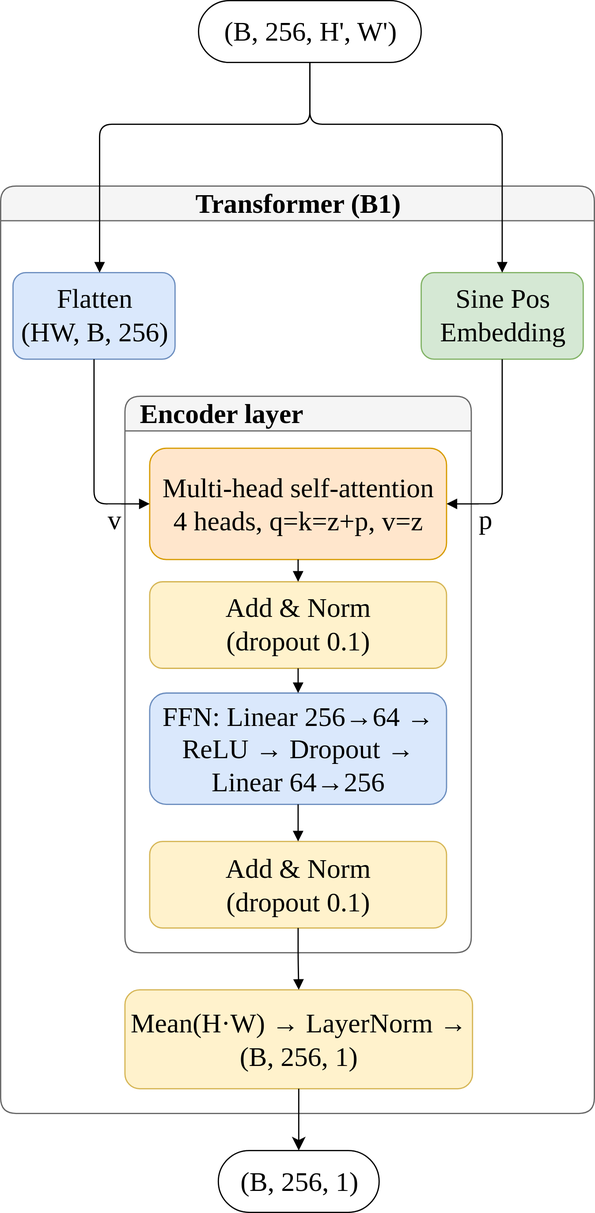
phhng/Residual-Attention-Refinement-Model keeps this draw.io diagram as model_details_svg/transformer_encoder.svg. Above is the earlier version. Source tidied: cells renumbered, new cells last; positions are measured from the earlier drawing's top-left corner, leaving out a move shared by most shapes.
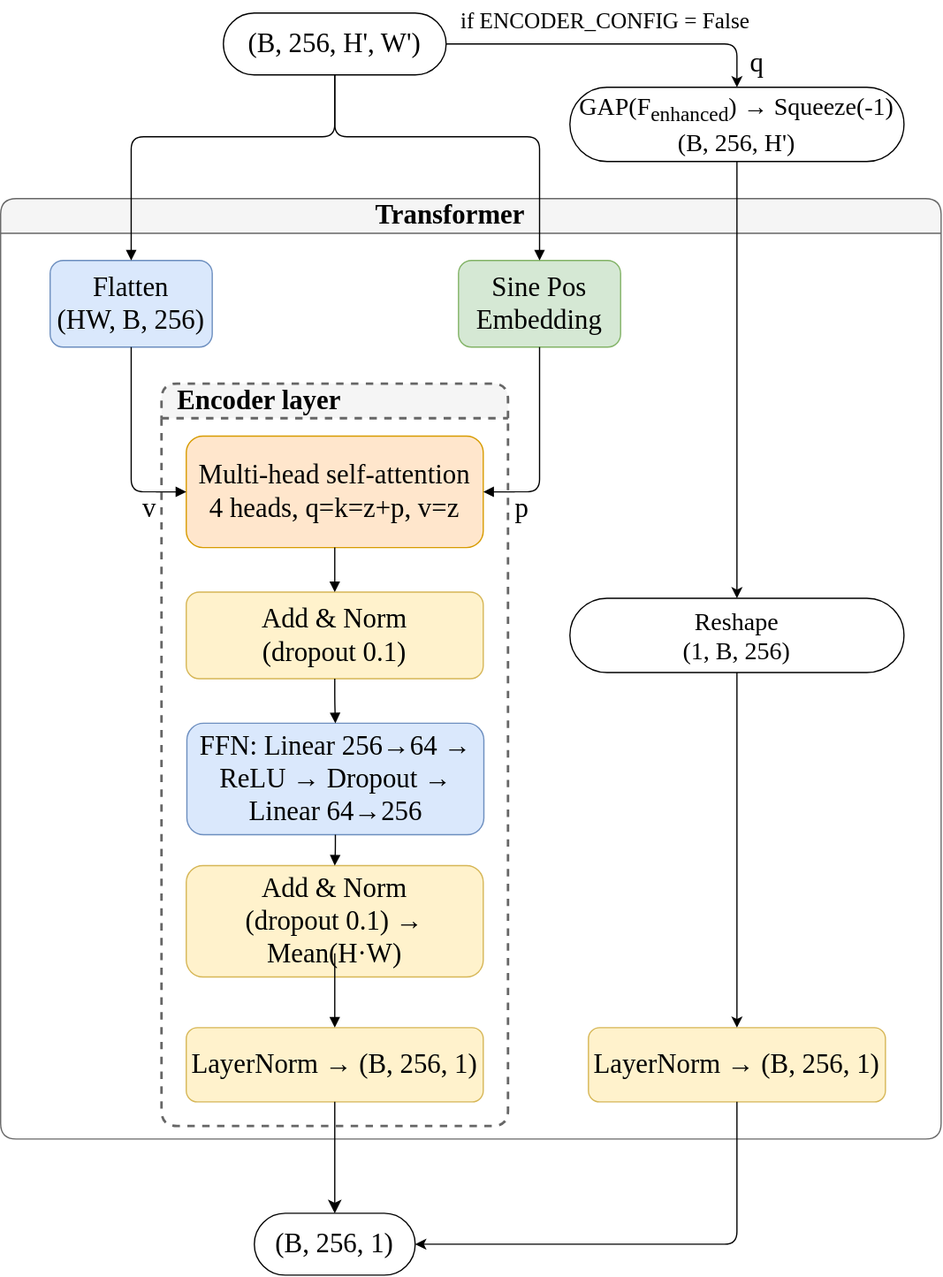
Above is the later version.

The edit, as a diff of the source:
```diff
@@ -2,86 +2,116 @@
   <root>
     <mxCell id="0" />
     <mxCell id="1" parent="0" />
-    <mxCell id="2" value="Transformer (B1)" style="swimlane;whiteSpace=wrap;html=1;startSize=28;rounded=1;fontStyle=1;fillColor=#F5F5F5;strokeColor=#666666;fontFamily=Times New Roman;fontSize=22;" parent="1" vertex="1">
-      <mxGeometry y="150" width="480" height="750" as="geometry" />
+    <mxCell id="2" value="Transformer&amp;nbsp; &amp;nbsp; &amp;nbsp;&amp;nbsp;" style="swimlane;whiteSpace=wrap;html=1;startSize=28;rounded=1;fontStyle=1;fillColor=#F5F5F5;strokeColor=#666666;fontFamily=Times New Roman;fontSize=22;align=center;horizontal=1;direction=east;" parent="1" vertex="1">
+      <mxGeometry y="150" width="760" height="760" as="geometry" />
     </mxCell>
     <mxCell id="3" value="Flatten&lt;br&gt;(HW, B, 256)" style="rounded=1;whiteSpace=wrap;html=1;fillColor=#DAE8FC;strokeColor=#6C8EBF;fontSize=22;fontFamily=Times New Roman;" parent="2" vertex="1">
-      <mxGeometry x="10" y="70" width="131" height="70" as="geometry" />
+      <mxGeometry x="40" y="50" width="131" height="70" as="geometry" />
     </mxCell>
     <mxCell id="4" value="Sine Pos&lt;div&gt;Embedding&lt;/div&gt;" style="rounded=1;whiteSpace=wrap;html=1;fillColor=#D5E8D4;strokeColor=#82B366;fontSize=22;fontFamily=Times New Roman;" parent="2" vertex="1">
-      <mxGeometry x="340" y="70" width="131" height="70" as="geometry" />
+      <mxGeometry x="370" y="50" width="131" height="70" as="geometry" />
     </mxCell>
-    <mxCell id="5" value="Encoder layer" style="swimlane;whiteSpace=wrap;html=1;startSize=28;rounded=1;fontStyle=1;fillColor=#F5F5F5;strokeColor=#666666;align=left;spacingLeft=10;fontSize=22;fontFamily=Times New Roman;" parent="2" vertex="1">
-      <mxGeometry x="100.5" y="170" width="280" height="450" as="geometry" />
+    <mxCell id="5" value="Encoder layer" style="swimlane;whiteSpace=wrap;html=1;startSize=28;rounded=1;fontStyle=1;fillColor=#F5F5F5;strokeColor=#666666;align=left;spacingLeft=10;fontSize=22;fontFamily=Times New Roman;dashed=1;strokeWidth=2;" parent="2" vertex="1">
+      <mxGeometry x="130.5" y="150" width="280" height="600" as="geometry" />
     </mxCell>
     <mxCell id="6" value="Multi-head self-attention&lt;br&gt;4 heads, q=k=z+p, v=z" style="rounded=1;whiteSpace=wrap;html=1;fillColor=#FFE6CC;strokeColor=#D79B00;fontSize=22;fontFamily=Times New Roman;" parent="5" vertex="1">
-      <mxGeometry x="20" y="42" width="240" height="90" as="geometry" />
+      <mxGeometry x="19.5" y="42" width="240" height="90" as="geometry" />
     </mxCell>
     <mxCell id="7" value="Add &amp;amp; Norm&lt;br&gt;(dropout 0.1)" style="rounded=1;whiteSpace=wrap;html=1;fillColor=#FFF2CC;strokeColor=#D6B656;fontSize=22;fontFamily=Times New Roman;" parent="5" vertex="1">
-      <mxGeometry x="20" y="150" width="240" height="70" as="geometry" />
+      <mxGeometry x="19.5" y="168" width="240" height="70" as="geometry" />
     </mxCell>
     <mxCell id="8" value="FFN: Linear 256→64 → ReLU → Dropout → Linear 64→256" style="rounded=1;whiteSpace=wrap;html=1;fillColor=#DAE8FC;strokeColor=#6C8EBF;fontSize=22;fontFamily=Times New Roman;" parent="5" vertex="1">
-      <mxGeometry x="20" y="240" width="240" height="90" as="geometry" />
+      <mxGeometry x="20" y="274" width="240" height="90" as="geometry" />
     </mxCell>
-    <mxCell id="9" value="Add &amp;amp; Norm&lt;br&gt;(dropout 0.1)" style="rounded=1;whiteSpace=wrap;html=1;fillColor=#FFF2CC;strokeColor=#D6B656;fontSize=22;fontFamily=Times New Roman;" parent="5" vertex="1">
-      <mxGeometry x="20" y="360" width="240" height="70" as="geometry" />
+    <mxCell id="9" value="Add &amp;amp; Norm&lt;br&gt;(dropout 0.1) → Mean(H·W)" style="rounded=1;whiteSpace=wrap;html=1;fillColor=#FFF2CC;strokeColor=#D6B656;fontSize=22;fontFamily=Times New Roman;" parent="5" vertex="1">
+      <mxGeometry x="19.5" y="389" width="240" height="90" as="geometry" />
     </mxCell>
-    <mxCell id="10" value="Mean(H·W) → LayerNorm → (B, 256, 1)" style="rounded=1;whiteSpace=wrap;html=1;fillColor=#fff2cc;strokeColor=#d6b656;fontSize=22;fontFamily=Times New Roman;align=center;verticalAlign=middle;" parent="2" vertex="1">
-      <mxGeometry x="100.5" y="650" width="281" height="80" as="geometry" />
+    <mxCell id="10" value="LayerNorm → (B, 256, 1)" style="rounded=1;whiteSpace=wrap;html=1;fillColor=#fff2cc;strokeColor=#d6b656;fontSize=22;fontFamily=Times New Roman;align=center;verticalAlign=middle;" parent="5" vertex="1">
+      <mxGeometry x="19.5" y="520" width="240" height="60" as="geometry" />
     </mxCell>
-    <mxCell id="11" style="edgeStyle=orthogonalEdgeStyle;rounded=1;html=1;endArrow=block;endFill=1;fontFamily=Times New Roman;fontSize=22;entryX=0;entryY=0.5;entryDx=0;entryDy=0;exitX=0.5;exitY=1;exitDx=0;exitDy=0;" parent="2" edge="1" source="3" target="6">
-      <mxGeometry x="-0.22" relative="1" as="geometry" />
+    <mxCell id="11" style="edgeStyle=orthogonalEdgeStyle;rounded=1;html=1;endArrow=block;endFill=1;fontFamily=Times New Roman;fontSize=22;" parent="5" edge="1" target="10">
+      <mxGeometry relative="1" as="geometry">
+        <mxPoint x="139.5" y="460" as="sourcePoint" />
+      </mxGeometry>
     </mxCell>
-    <mxCell id="12" value="v" style="edgeLabel;html=1;align=center;verticalAlign=middle;inheritText=1;fontFamily=Times New Roman;fontSize=22;" parent="11" vertex="1">
-      <mxGeometry x="0.58" y="1" relative="1" as="geometry">
-        <mxPoint x="4" y="14" as="offset" />
-      </mxGeometry>
+    <mxCell id="12" style="edgeStyle=orthogonalEdgeStyle;rounded=1;html=1;endArrow=block;endFill=1;fontFamily=Times New Roman;fontSize=22;entryX=0;entryY=0.5;entryDx=0;entryDy=0;exitX=0.5;exitY=1;exitDx=0;exitDy=0;" parent="2" edge="1" source="3" target="6">
+      <mxGeometry x="-0.22" relative="1" as="geometry" />
     </mxCell>
-    <mxCell id="13" style="edgeStyle=orthogonalEdgeStyle;rounded=1;html=1;endArrow=block;endFill=1;fontFamily=Times New Roman;fontSize=22;entryX=1;entryY=0.5;entryDx=0;entryDy=0;exitX=0.5;exitY=1;exitDx=0;exitDy=0;" parent="2" edge="1" source="4" target="6">
-      <mxGeometry x="0.43" relative="1" as="geometry" />
+    <mxCell id="13" value="v" style="edgeLabel;html=1;align=center;verticalAlign=middle;inheritText=1;fontFamily=Times New Roman;fontSize=22;" parent="12" vertex="1">
+      <mxGeometry x="0.58" y="1" relative="1" as="geometry">
+        <mxPoint x="4" y="14" as="offset" />
+      </mxGeometry>
     </mxCell>
-    <mxCell id="14" value="p" style="edgeLabel;html=1;align=center;verticalAlign=middle;inheritText=1;fontFamily=Times New Roman;fontSize=22;" parent="13" vertex="1">
-      <mxGeometry x="0.37" y="-5" relative="1" as="geometry">
-        <mxPoint x="-10" y="19" as="offset" />
-      </mxGeometry>
+    <mxCell id="14" style="edgeStyle=orthogonalEdgeStyle;rounded=1;html=1;endArrow=block;endFill=1;fontFamily=Times New Roman;fontSize=22;entryX=1;entryY=0.5;entryDx=0;entryDy=0;exitX=0.5;exitY=1;exitDx=0;exitDy=0;" parent="2" edge="1" source="4" target="6">
+      <mxGeometry x="0.43" relative="1" as="geometry" />
     </mxCell>
-    <mxCell id="15" value="(B, 256, H', W')" style="rounded=1;arcSize=50;whiteSpace=wrap;html=1;fillColor=#FFFFFF;strokeColor=#000000;fontFamily=Times New Roman;fontSize=22;" parent="1" vertex="1">
-      <mxGeometry x="160" width="180" height="50" as="geometry" />
+    <mxCell id="15" value="p" style="edgeLabel;html=1;align=center;verticalAlign=middle;points=[];inheritText=1;fontFamily=Times New Roman;fontSize=22;" parent="14" vertex="1">
+      <mxGeometry x="0.37" y="-5" relative="1" as="geometry">
+        <mxPoint x="-10" y="19" as="offset" />
+      </mxGeometry>
     </mxCell>
-    <mxCell id="16" style="edgeStyle=orthogonalEdgeStyle;rounded=1;html=1;endArrow=block;endFill=1;exitX=0.5;exitY=1;exitDx=0;exitDy=0;fontFamily=Times New Roman;fontSize=22;" parent="1" edge="1" source="15" target="3">
-      <mxGeometry x="-0.36" relative="1" as="geometry">
-        <Array as="points">
-          <mxPoint x="250" y="100" />
-          <mxPoint x="80" y="100" />
-          <mxPoint x="80" y="260" />
-        </Array>
+    <mxCell id="16" value="q" style="edgeLabel;html=1;align=center;verticalAlign=middle;inheritText=1;fontFamily=Times New Roman;fontSize=22;" parent="14" vertex="1">
+      <mxGeometry x="0.37" y="-5" relative="1" as="geometry">
+        <mxPoint x="180" y="-341" as="offset" />
       </mxGeometry>
     </mxCell>
-    <mxCell id="17" style="edgeStyle=orthogonalEdgeStyle;rounded=1;html=1;endArrow=block;endFill=1;exitX=0.5;exitY=1;exitDx=0;exitDy=0;fontFamily=Times New Roman;fontSize=22;entryX=0.5;entryY=0;entryDx=0;entryDy=0;" parent="1" edge="1" source="15" target="4">
-      <mxGeometry x="0.09" relative="1" as="geometry">
-        <Array as="points">
-          <mxPoint x="250" y="100" />
-          <mxPoint x="405.5" y="100" />
-        </Array>
-      </mxGeometry>
+    <mxCell id="17" value="Reshape&lt;br&gt;&lt;div&gt;(1, B, 256)&lt;/div&gt;" style="rounded=1;arcSize=50;whiteSpace=wrap;html=1;fillColor=#FFFFFF;strokeColor=#000000;fontSize=20;fontFamily=Times New Roman;" parent="2" vertex="1">
+      <mxGeometry x="460" y="323" width="270" height="60" as="geometry" />
     </mxCell>
-    <mxCell id="18" style="edgeStyle=orthogonalEdgeStyle;rounded=1;html=1;endArrow=block;endFill=1;fontFamily=Times New Roman;fontSize=22;" parent="1" edge="1" source="6" target="7">
-      <mxGeometry relative="1" as="geometry" />
+    <mxCell id="18" value="LayerNorm → (B, 256, 1)" style="rounded=1;whiteSpace=wrap;html=1;fillColor=#fff2cc;strokeColor=#d6b656;fontSize=22;fontFamily=Times New Roman;align=center;verticalAlign=middle;" parent="2" vertex="1">
+      <mxGeometry x="475" y="670" width="240" height="60" as="geometry" />
     </mxCell>
-    <mxCell id="19" style="edgeStyle=orthogonalEdgeStyle;rounded=1;html=1;endArrow=block;endFill=1;fontFamily=Times New Roman;fontSize=22;" parent="1" edge="1" source="7" target="8">
+    <mxCell id="19" style="edgeStyle=orthogonalEdgeStyle;rounded=0;jettySize=auto;html=1;entryX=0.5;entryY=0;entryDx=0;entryDy=0;defaultLabelBackgroundColor=page;labelPadding=0 4;" parent="2" edge="1" source="17" target="18">
       <mxGeometry relative="1" as="geometry" />
     </mxCell>
-    <mxCell id="20" style="edgeStyle=orthogonalEdgeStyle;rounded=1;html=1;endArrow=block;endFill=1;fontFamily=Times New Roman;fontSize=22;" parent="1" edge="1" source="8" target="9">
+    <mxCell id="20" style="edgeStyle=orthogonalEdgeStyle;rounded=1;jettySize=auto;html=1;entryX=0.5;entryY=0;entryDx=0;entryDy=0;defaultLabelBackgroundColor=page;labelPadding=0 4;curved=0;" parent="1" edge="1" source="21" target="30">
       <mxGeometry relative="1" as="geometry" />
     </mxCell>
-    <mxCell id="21" style="edgeStyle=orthogonalEdgeStyle;rounded=1;html=1;endArrow=block;endFill=1;fontFamily=Times New Roman;fontSize=22;" parent="1" edge="1" source="9" target="10">
-      <mxGeometry relative="1" as="geometry" />
+    <mxCell id="21" value="(B, 256, H', W')" style="rounded=1;arcSize=50;whiteSpace=wrap;html=1;fillColor=#FFFFFF;strokeColor=#000000;fontFamily=Times New Roman;fontSize=22;" parent="1" vertex="1">
+      <mxGeometry x="180" width="180" height="50" as="geometry" />
     </mxCell>
-    <mxCell id="22" value="(B, 256, 1)" style="rounded=1;arcSize=50;whiteSpace=wrap;html=1;fillColor=#FFFFFF;strokeColor=#000000;fontFamily=Times New Roman;fontSize=22;" parent="1" vertex="1">
-      <mxGeometry x="176" y="930" width="130" height="50" as="geometry" />
+    <mxCell id="22" style="edgeStyle=orthogonalEdgeStyle;rounded=1;html=1;endArrow=block;endFill=1;exitX=0.5;exitY=1;exitDx=0;exitDy=0;fontFamily=Times New Roman;fontSize=22;entryX=0.5;entryY=0;entryDx=0;entryDy=0;" parent="1" edge="1" source="21" target="3">
+      <mxGeometry x="-0.28" relative="1" as="geometry">
+        <Array as="points">
+          <mxPoint x="270" y="100" />
+          <mxPoint x="105.5" y="100" />
+        </Array>
+      </mxGeometry>
     </mxCell>
-    <mxCell id="23" style="edgeStyle=none;curved=1;rounded=0;curveGeometry=1;jettySize=auto;html=1;fontSize=12;defaultLabelBackgroundColor=page;startSize=8;endSize=8;fontFamily=Times New Roman;" parent="1" edge="1" source="10" target="22">
-      <mxGeometry relative="1" as="geometry" />
+    <mxCell id="23" style="edgeStyle=orthogonalEdgeStyle;rounded=1;html=1;endArrow=block;endFill=1;exitX=0.5;exitY=1;exitDx=0;exitDy=0;fontFamily=Times New Roman;fontSize=22;entryX=0.5;entryY=0;entryDx=0;entryDy=0;" parent="1" edge="1" source="21" target="4">
+      <mxGeometry x="-0.08" relative="1" as="geometry">
+        <Array as="points">
+          <mxPoint x="270" y="100" />
+          <mxPoint x="435.5" y="100" />
+        </Array>
+      </mxGeometry>
     </mxCell>
+    <mxCell id="24" style="edgeStyle=orthogonalEdgeStyle;rounded=1;html=1;endArrow=block;endFill=1;fontFamily=Times New Roman;fontSize=22;" parent="1" edge="1" source="6" target="7">
+      <mxGeometry relative="1" as="geometry" />
+    </mxCell>
+    <mxCell id="25" style="edgeStyle=orthogonalEdgeStyle;rounded=1;html=1;endArrow=block;endFill=1;fontFamily=Times New Roman;fontSize=22;" parent="1" edge="1" source="7" target="8">
+      <mxGeometry relative="1" as="geometry" />
+    </mxCell>
+    <mxCell id="26" style="edgeStyle=orthogonalEdgeStyle;rounded=1;html=1;endArrow=block;endFill=1;fontFamily=Times New Roman;fontSize=22;" parent="1" edge="1" source="8" target="9">
+      <mxGeometry relative="1" as="geometry" />
+    </mxCell>
+    <mxCell id="27" value="(B, 256, 1)" style="rounded=1;arcSize=50;whiteSpace=wrap;html=1;fillColor=#FFFFFF;strokeColor=#000000;fontFamily=Times New Roman;fontSize=22;" parent="1" vertex="1">
+      <mxGeometry x="205" y="970" width="130" height="50" as="geometry" />
+    </mxCell>
+    <mxCell id="28" style="edgeStyle=none;curved=1;rounded=0;curveGeometry=1;jettySize=auto;html=1;fontSize=12;defaultLabelBackgroundColor=page;startSize=8;endSize=8;fontFamily=Times New Roman;" parent="1" edge="1" source="10" target="27">
+      <mxGeometry relative="1" as="geometry" />
+    </mxCell>
+    <mxCell id="29" style="edgeStyle=orthogonalEdgeStyle;rounded=1;jettySize=auto;html=1;entryX=1;entryY=0.5;entryDx=0;entryDy=0;defaultLabelBackgroundColor=page;labelPadding=0 4;curved=0;exitX=0.5;exitY=1;exitDx=0;exitDy=0;" parent="1" edge="1" source="18" target="27">
+      <mxGeometry x="0.08" relative="1" as="geometry" />
+    </mxCell>
+    <mxCell id="30" value="GAP(F&lt;sub&gt;enhanced&lt;/sub&gt;) → Squeeze(-1)&lt;div&gt;(B, 256, H')&lt;/div&gt;" style="rounded=1;arcSize=50;whiteSpace=wrap;html=1;fillColor=#FFFFFF;strokeColor=#000000;fontSize=20;fontFamily=Times New Roman;" parent="1" vertex="1">
+      <mxGeometry x="460" y="60" width="270" height="60" as="geometry" />
+    </mxCell>
+    <mxCell id="31" style="edgeStyle=orthogonalEdgeStyle;rounded=0;jettySize=auto;html=1;defaultLabelBackgroundColor=page;labelPadding=0 4;" parent="1" edge="1" source="30" target="17">
+      <mxGeometry relative="1" as="geometry" />
+    </mxCell>
+    <mxCell id="32" value="&lt;div style=&quot;text-align: center;&quot;&gt;&lt;span style=&quot;background-color: transparent; text-align: left; font-size: 18px; text-wrap-mode: nowrap;&quot;&gt;&lt;font face=&quot;Times New Roman&quot;&gt;if ENCODER_CONFIG = False&lt;/font&gt;&lt;/span&gt;&lt;/div&gt;" style="text;whiteSpace=wrap;html=1;fontSize=8;" parent="1" vertex="1">
+      <mxGeometry x="370" y="-10" width="250" height="30" as="geometry" />
+    </mxCell>
   </root>
 </mxGraphModel>
```
